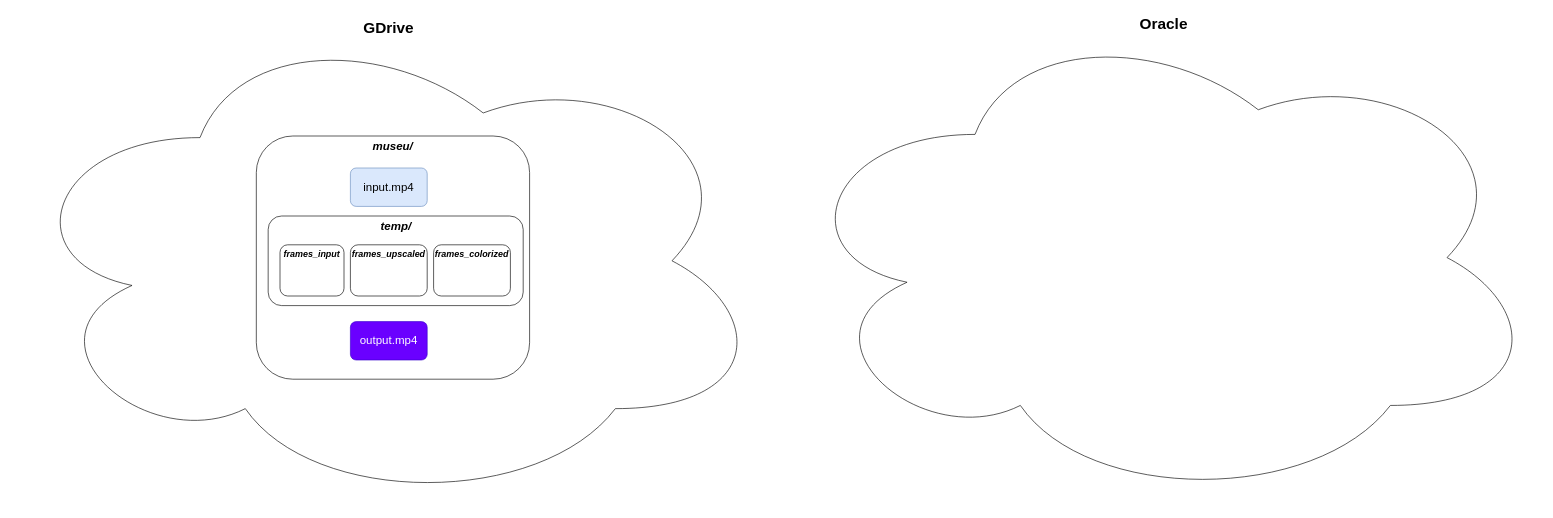
This is Diagrama sem nome.drawio from jrafaelrn/museu, a draw.io file, before an edit. Source tidied: cells renumbered, new cells numbered last; positions are measured from the earlier drawing's top-left corner, leaving out a move shared by most shapes. Both pictures are drawn from the tidied source at 64%, with x=0, y=0 at pixel (11, 11).
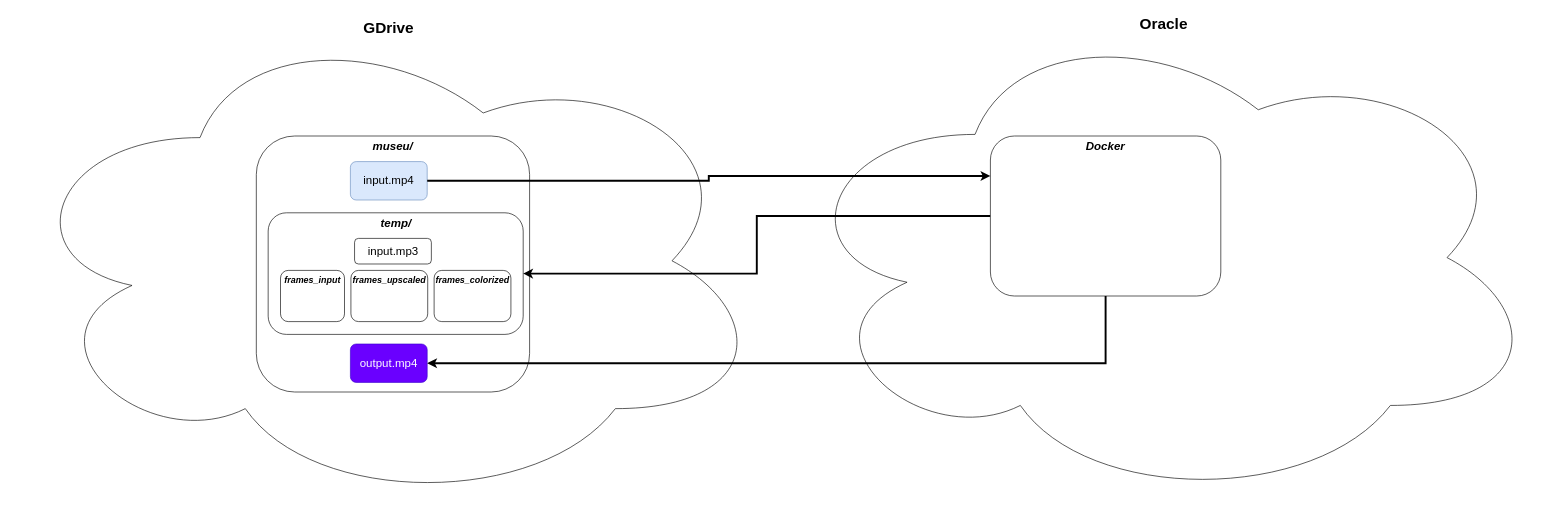
Above is the later version.

Change to the diagram source:
```diff
@@
 <mxGraphModel>
   <root>
     <mxCell id="0" />
     <mxCell id="1" parent="0" />
     <mxCell id="2" value="GDrive" style="ellipse;shape=cloud;whiteSpace=wrap;html=1;rounded=1;fontSize=24;horizontal=1;verticalAlign=top;fontStyle=1;" parent="1" vertex="1">
       <mxGeometry y="5" width="1180" height="770" as="geometry" />
     </mxCell>
     <mxCell id="3" value="museu/" style="whiteSpace=wrap;html=1;rounded=1;verticalAlign=top;fontSize=18;fontStyle=3;" parent="1" vertex="1">
-      <mxGeometry x="383" y="195" width="427" height="380" as="geometry" />
+      <mxGeometry x="383" y="195" width="427" height="400" as="geometry" />
     </mxCell>
     <mxCell id="4" value="input.mp4" style="rounded=1;whiteSpace=wrap;html=1;fontSize=18;fillColor=#dae8fc;strokeColor=#6c8ebf;" parent="1" vertex="1">
-      <mxGeometry x="530" y="245" width="120" height="60" as="geometry" />
+      <mxGeometry x="530" y="235" width="120" height="60" as="geometry" />
     </mxCell>
     <mxCell id="5" value="temp/" style="whiteSpace=wrap;html=1;rounded=1;verticalAlign=top;fontSize=18;fontStyle=3;" parent="1" vertex="1">
-      <mxGeometry x="401.5" y="320" width="398.5" height="140" as="geometry" />
+      <mxGeometry x="401.5" y="315" width="398.5" height="190" as="geometry" />
     </mxCell>
     <mxCell id="6" value="frames_input" style="whiteSpace=wrap;html=1;rounded=1;verticalAlign=top;fontSize=14;fontStyle=3;" parent="1" vertex="1">
-      <mxGeometry x="420" y="365" width="100" height="80" as="geometry" />
+      <mxGeometry x="420.8" y="405" width="100" height="80" as="geometry" />
     </mxCell>
     <mxCell id="7" value="frames_upscaled" style="whiteSpace=wrap;html=1;rounded=1;verticalAlign=top;fontSize=14;fontStyle=3;" parent="1" vertex="1">
-      <mxGeometry x="530" y="365" width="120" height="80" as="geometry" />
+      <mxGeometry x="530.8" y="405" width="120" height="80" as="geometry" />
     </mxCell>
     <mxCell id="8" value="frames_colorized" style="whiteSpace=wrap;html=1;rounded=1;verticalAlign=top;fontSize=14;fontStyle=3;" parent="1" vertex="1">
-      <mxGeometry x="660" y="365" width="120" height="80" as="geometry" />
+      <mxGeometry x="660.8" y="405" width="120" height="80" as="geometry" />
     </mxCell>
     <mxCell id="9" value="output.mp4" style="rounded=1;whiteSpace=wrap;html=1;fontSize=18;fillColor=#6a00ff;strokeColor=#3700CC;fontColor=#ffffff;" parent="1" vertex="1">
-      <mxGeometry x="530" y="485" width="120" height="60" as="geometry" />
+      <mxGeometry x="530" y="520" width="120" height="60" as="geometry" />
     </mxCell>
     <mxCell id="10" value="Oracle" style="ellipse;shape=cloud;whiteSpace=wrap;html=1;rounded=1;fontSize=24;horizontal=1;verticalAlign=top;fontStyle=1;" parent="1" vertex="1">
       <mxGeometry x="1211" width="1180" height="770" as="geometry" />
     </mxCell>
+    <mxCell id="11" style="edgeStyle=orthogonalEdgeStyle;shape=connector;rounded=0;jettySize=auto;html=1;exitX=0;exitY=0.5;exitDx=0;exitDy=0;entryX=1;entryY=0.5;entryDx=0;entryDy=0;labelBackgroundColor=default;strokeColor=default;strokeWidth=3;fontFamily=Helvetica;fontSize=14;fontColor=default;endArrow=classic;" parent="1" edge="1" source="13" target="5">
+      <mxGeometry relative="1" as="geometry" />
+    </mxCell>
+    <mxCell id="12" style="edgeStyle=orthogonalEdgeStyle;shape=connector;rounded=0;jettySize=auto;html=1;exitX=0.5;exitY=1;exitDx=0;exitDy=0;entryX=1;entryY=0.5;entryDx=0;entryDy=0;labelBackgroundColor=default;strokeColor=default;strokeWidth=3;fontFamily=Helvetica;fontSize=14;fontColor=default;endArrow=classic;" parent="1" edge="1" source="13" target="9">
+      <mxGeometry relative="1" as="geometry" />
+    </mxCell>
+    <mxCell id="13" value="Docker" style="whiteSpace=wrap;html=1;rounded=1;verticalAlign=top;fontSize=18;fontStyle=3;" parent="1" vertex="1">
+      <mxGeometry x="1530" y="195" width="360" height="250" as="geometry" />
+    </mxCell>
+    <mxCell id="14" style="edgeStyle=orthogonalEdgeStyle;rounded=0;jettySize=auto;html=1;entryX=0;entryY=0.25;entryDx=0;entryDy=0;fontSize=14;strokeWidth=3;" parent="1" edge="1" source="4" target="13">
+      <mxGeometry relative="1" as="geometry" />
+    </mxCell>
+    <mxCell id="15" value="input.mp3" style="rounded=1;whiteSpace=wrap;html=1;fontSize=18;" parent="1" vertex="1">
+      <mxGeometry x="536.5" y="355" width="120" height="40" as="geometry" />
+    </mxCell>
   </root>
 </mxGraphModel>
```
